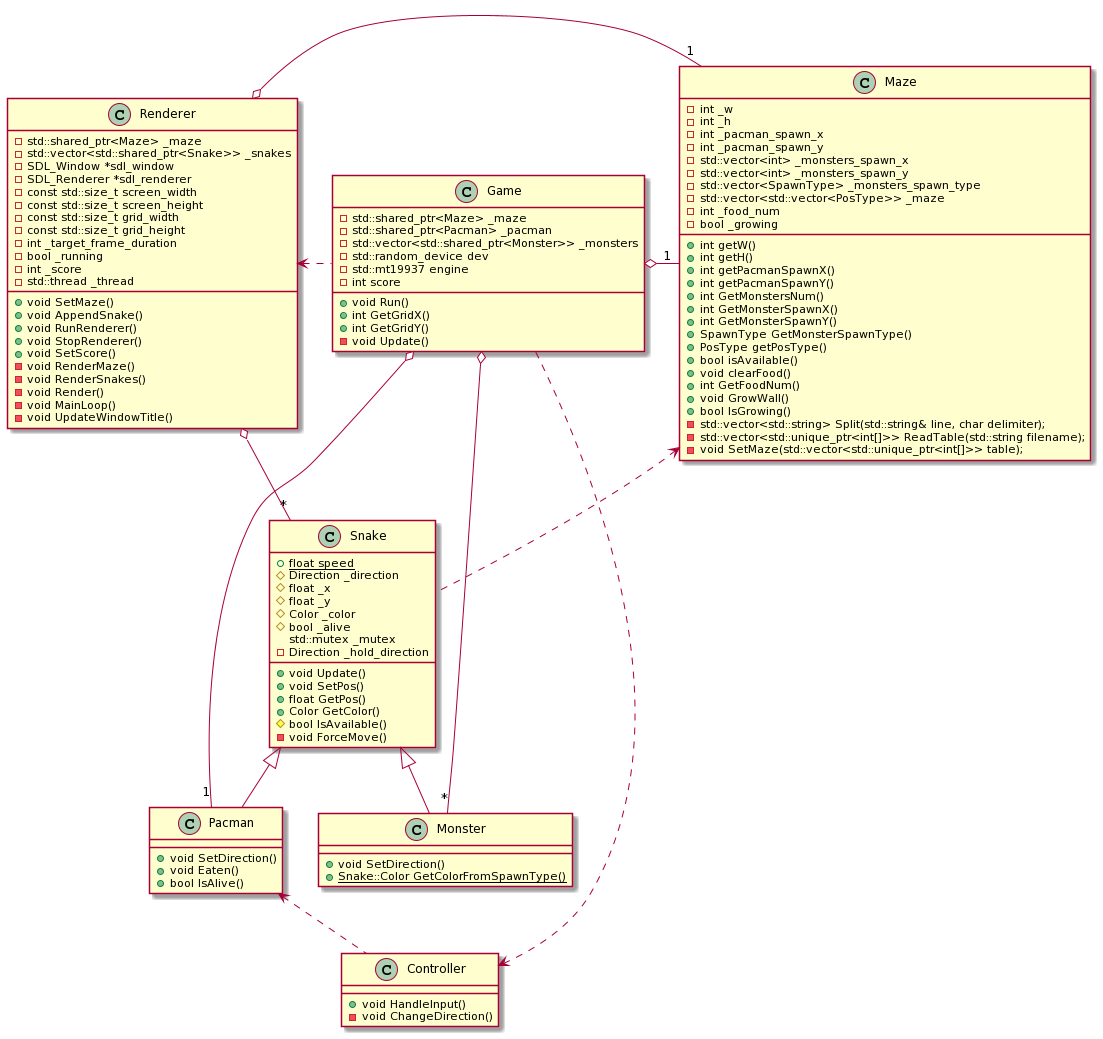
Earlier version of the PlantUML export docs/diagrams/ClassDiagram.png (matsuyamaichiro/CppND-Capstone-Pacman).
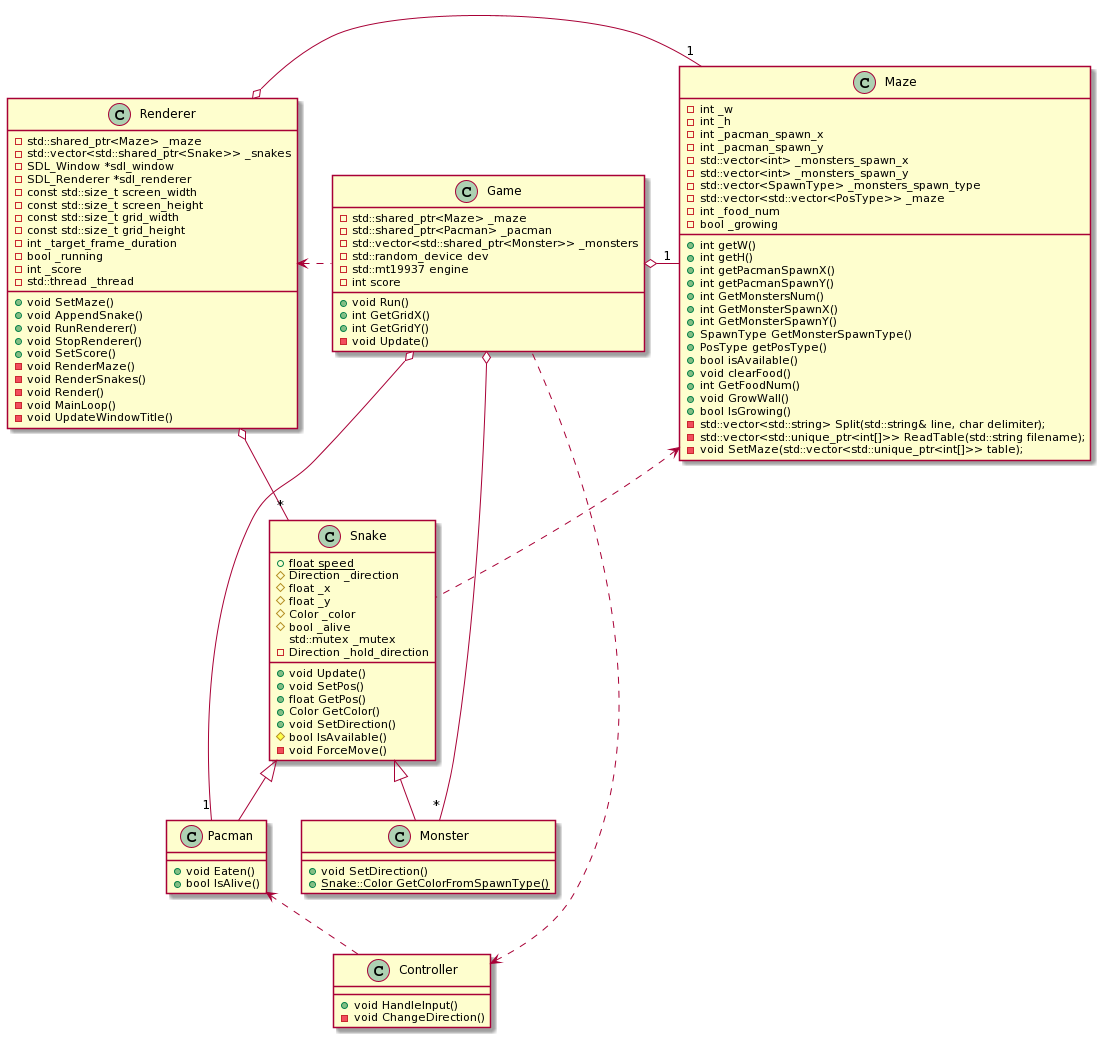
The same diagram one commit later.

Commit message:
change SetDirection() to overload func

The edit, as a diff of the source:
```diff
@@ -55,6 +55,7 @@
 Snake : +void SetPos()
 Snake : +float GetPos()
 Snake : +Color GetColor()
+Snake : +void SetDirection()
 Snake : +{static} float speed
 Snake : #bool IsAvailable()
 Snake : #Direction _direction
@@ -71,7 +72,6 @@
 Monster : +void SetDirection()
 Monster : +{static} Snake::Color GetColorFromSpawnType()
 
-Pacman : +void SetDirection()
 Pacman : +void Eaten()
 Pacman : +bool IsAlive()
 Pacman <.. Controller
```
